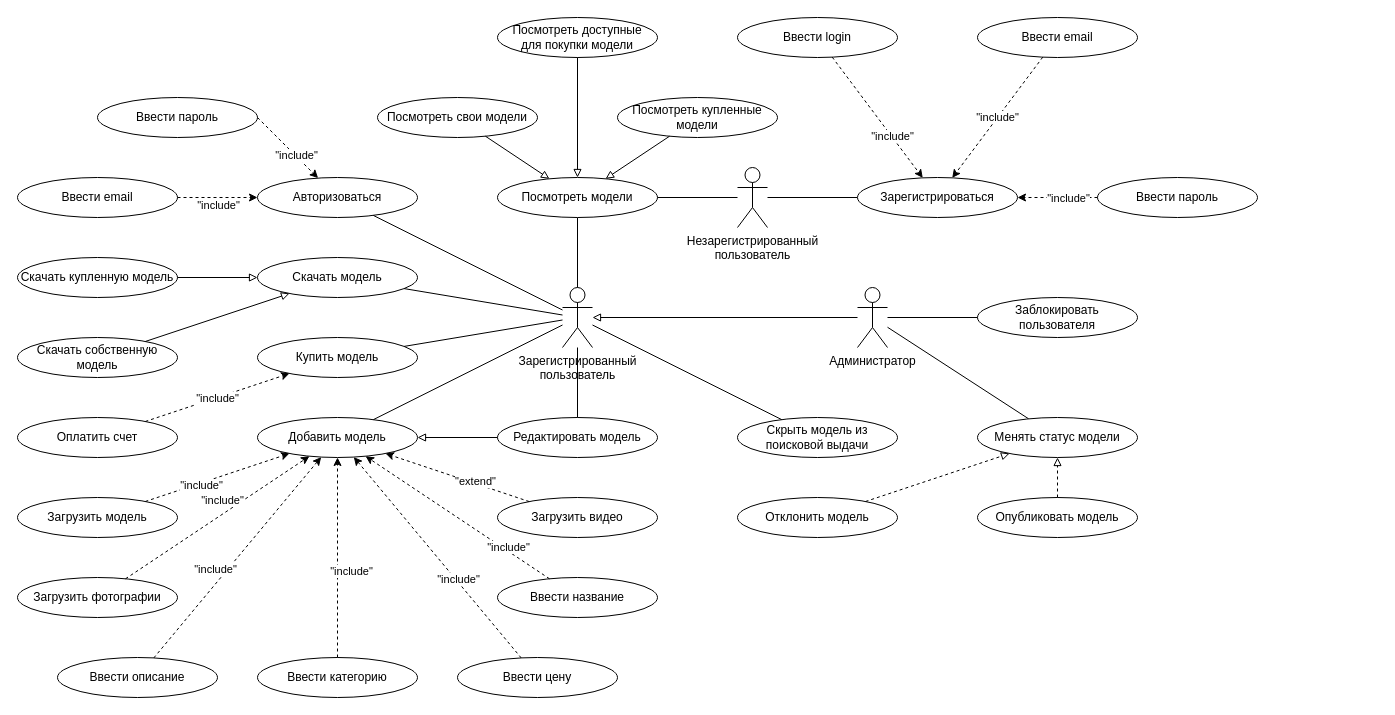
Before: Diagrams/Use Case.drawio in DogNellaf/c2c-market, a draw.io diagram. Source tidied: cells renumbered, new cells numbered last; positions are measured from the earlier drawing's top-left corner, leaving out a move shared by most shapes. Both pictures are drawn from the tidied source at 100%, with x=0, y=0 at pixel (17, 17).
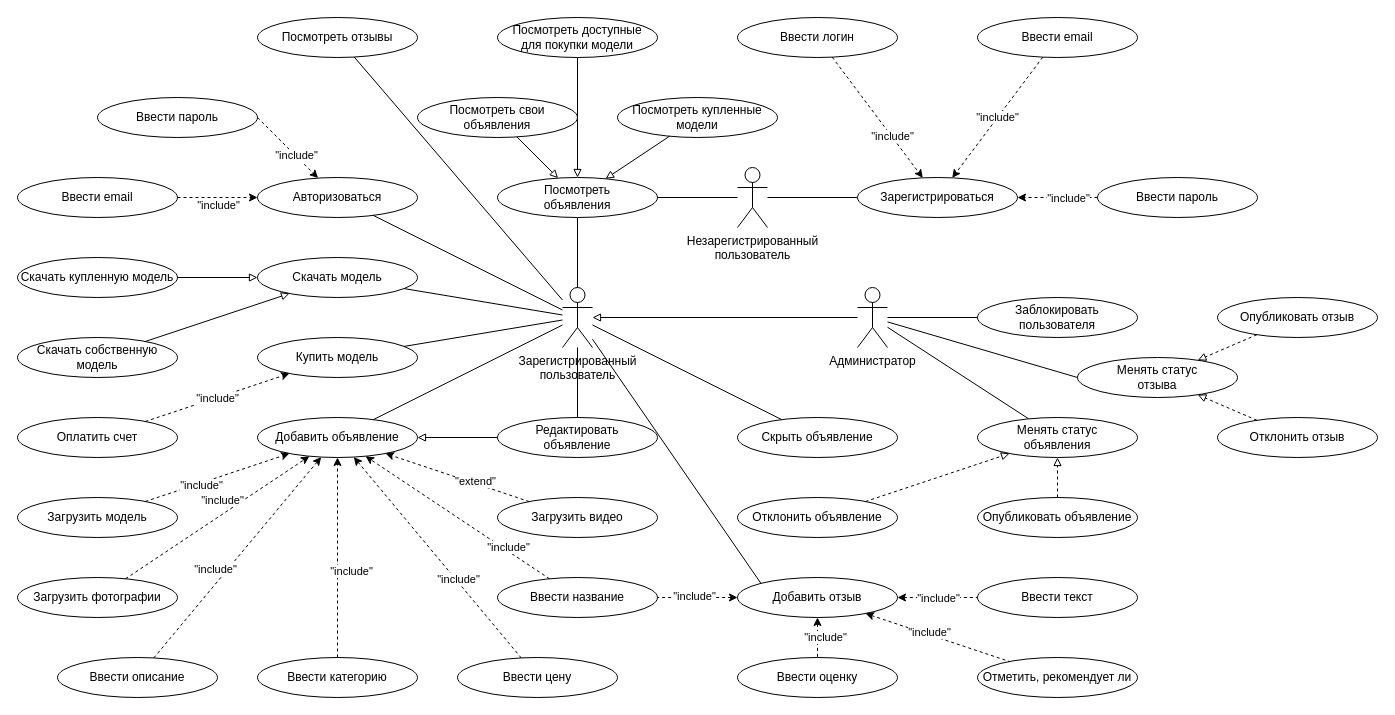
Above is the later version.

Commit message (it also covers changes not shown here):
Some fixes and add review to all diagrams

Unchanged cells that the change refers to:
```xml
<mxCell id="3" value="Зарегистрированный &lt;br&gt;пользователь" style="shape=umlActor;verticalLabelPosition=bottom;verticalAlign=top;html=1;outlineConnect=0;" parent="1" vertex="1">
  <mxGeometry x="545" y="270" width="30" height="60" as="geometry" />
</mxCell>
<mxCell id="12" value="Администратор" style="shape=umlActor;verticalLabelPosition=bottom;verticalAlign=top;html=1;outlineConnect=0;" parent="1" vertex="1">
  <mxGeometry x="840" y="270" width="30" height="60" as="geometry" />
</mxCell>
<mxCell id="42" value="Ввести название" style="ellipse;whiteSpace=wrap;html=1;" parent="1" vertex="1">
  <mxGeometry x="480" y="560" width="160" height="40" as="geometry" />
</mxCell>
```

What changed in the source:
```diff
@@
-    <mxCell id="6" value="Посмотреть свои модели" style="ellipse;whiteSpace=wrap;html=1;" parent="1" vertex="1">
-      <mxGeometry x="360" y="80" width="160" height="40" as="geometry" />
+    <mxCell id="6" value="Посмотреть свои&lt;br&gt;объявления" style="ellipse;whiteSpace=wrap;html=1;" parent="1" vertex="1">
+      <mxGeometry x="400" y="80" width="160" height="40" as="geometry" />
     </mxCell>
@@
-    <mxCell id="9" value="Посмотреть модели" style="ellipse;whiteSpace=wrap;html=1;" parent="1" vertex="1">
+    <mxCell id="9" value="Посмотреть&lt;br&gt;объявления" style="ellipse;whiteSpace=wrap;html=1;" parent="1" vertex="1">
       <mxGeometry x="480" y="160" width="160" height="40" as="geometry" />
     </mxCell>
@@
-    <mxCell id="13" value="Отклонить модель" style="ellipse;whiteSpace=wrap;html=1;" parent="1" vertex="1">
+    <mxCell id="13" value="Отклонить объявление" style="ellipse;whiteSpace=wrap;html=1;" parent="1" vertex="1">
       <mxGeometry x="720" y="480" width="160" height="40" as="geometry" />
     </mxCell>
@@
-    <mxCell id="15" value="Опубликовать модель" style="ellipse;whiteSpace=wrap;html=1;" parent="1" vertex="1">
+    <mxCell id="15" value="Опубликовать объявление" style="ellipse;whiteSpace=wrap;html=1;" parent="1" vertex="1">
       <mxGeometry x="960" y="480" width="160" height="40" as="geometry" />
     </mxCell>
-    <mxCell id="16" value="Скрыть модель из поисковой выдачи" style="ellipse;whiteSpace=wrap;html=1;" parent="1" vertex="1">
+    <mxCell id="16" value="Скрыть объявление" style="ellipse;whiteSpace=wrap;html=1;" parent="1" vertex="1">
       <mxGeometry x="720" y="400" width="160" height="40" as="geometry" />
     </mxCell>
@@
-    <mxCell id="19" value="Добавить модель" style="ellipse;whiteSpace=wrap;html=1;" parent="1" vertex="1">
+    <mxCell id="19" value="Добавить объявление" style="ellipse;whiteSpace=wrap;html=1;" parent="1" vertex="1">
       <mxGeometry x="240" y="400" width="160" height="40" as="geometry" />
     </mxCell>
@@
-    <mxCell id="39" value="Редактировать модель" style="ellipse;whiteSpace=wrap;html=1;" parent="1" vertex="1">
+    <mxCell id="39" value="Редактировать&lt;br&gt;объявление" style="ellipse;whiteSpace=wrap;html=1;" parent="1" vertex="1">
       <mxGeometry x="480" y="400" width="160" height="40" as="geometry" />
     </mxCell>
@@
-    <mxCell id="63" value="Менять статус модели" style="ellipse;whiteSpace=wrap;html=1;" parent="1" vertex="1">
+    <mxCell id="63" value="Менять статус &lt;br&gt;объявления" style="ellipse;whiteSpace=wrap;html=1;" parent="1" vertex="1">
       <mxGeometry x="960" y="400" width="160" height="40" as="geometry" />
     </mxCell>
@@
-    <mxCell id="67" value="Ввести login" style="ellipse;whiteSpace=wrap;html=1;" parent="1" vertex="1">
+    <mxCell id="67" value="Ввести логин" style="ellipse;whiteSpace=wrap;html=1;" parent="1" vertex="1">
       <mxGeometry x="720" width="160" height="40" as="geometry" />
     </mxCell>
@@
+    <mxCell id="80" value="Добавить отзыв" style="ellipse;whiteSpace=wrap;html=1;" parent="1" vertex="1">
+      <mxGeometry x="720" y="560" width="160" height="40" as="geometry" />
+    </mxCell>
+    <mxCell id="81" style="endArrow=none;startArrow=none;html=1;rounded=0;endFill=0;startFill=0;exitX=0;exitY=0;exitDx=0;exitDy=0;" parent="1" edge="1" source="80" target="3">
+      <mxGeometry relative="1" as="geometry" />
+    </mxCell>
+    <mxCell id="82" value="Менять статус &lt;br&gt;отзыва" style="ellipse;whiteSpace=wrap;html=1;" parent="1" vertex="1">
+      <mxGeometry x="1060" y="340" width="160" height="40" as="geometry" />
+    </mxCell>
+    <mxCell id="83" style="endArrow=none;html=1;rounded=0;exitX=0;exitY=0.5;exitDx=0;exitDy=0;" parent="1" edge="1" source="82" target="12">
+      <mxGeometry relative="1" as="geometry" />
+    </mxCell>
+    <mxCell id="84" value="Опубликовать отзыв" style="ellipse;whiteSpace=wrap;html=1;" parent="1" vertex="1">
+      <mxGeometry x="1200" y="280" width="160" height="40" as="geometry" />
+    </mxCell>
+    <mxCell id="85" value="Отклонить отзыв" style="ellipse;whiteSpace=wrap;html=1;" parent="1" vertex="1">
+      <mxGeometry x="1200" y="400" width="160" height="40" as="geometry" />
+    </mxCell>
+    <mxCell id="86" style="endArrow=block;html=1;rounded=0;dashed=1;endFill=0;" parent="1" edge="1" source="85" target="82">
+      <mxGeometry relative="1" as="geometry" />
+    </mxCell>
+    <mxCell id="87" style="endArrow=block;html=1;rounded=0;dashed=1;endFill=0;" parent="1" edge="1" source="84" target="82">
+      <mxGeometry relative="1" as="geometry" />
+    </mxCell>
+    <mxCell id="88" value="Посмотреть отзывы" style="ellipse;whiteSpace=wrap;html=1;" parent="1" vertex="1">
+      <mxGeometry x="240" width="160" height="40" as="geometry" />
+    </mxCell>
+    <mxCell id="89" style="endArrow=none;html=1;rounded=0;" parent="1" edge="1" source="3" target="88">
+      <mxGeometry relative="1" as="geometry" />
+    </mxCell>
+    <mxCell id="90" value="Ввести текст" style="ellipse;whiteSpace=wrap;html=1;" parent="1" vertex="1">
+      <mxGeometry x="960" y="560" width="160" height="40" as="geometry" />
+    </mxCell>
+    <mxCell id="91" style="endArrow=none;html=1;rounded=0;dashed=1;endFill=0;startArrow=classic;startFill=1;" parent="1" edge="1" source="80" target="42">
+      <mxGeometry relative="1" as="geometry" />
+    </mxCell>
+    <mxCell id="92" value="&quot;include&quot;" style="edgeLabel;html=1;align=center;verticalAlign=middle;" parent="91" vertex="1">
+      <mxGeometry x="-0.23" y="-2" relative="1" as="geometry">
+        <mxPoint x="-13" as="offset" />
+      </mxGeometry>
+    </mxCell>
+    <mxCell id="93" style="endArrow=none;html=1;rounded=0;dashed=1;endFill=0;startArrow=classic;startFill=1;" parent="1" edge="1" source="80" target="90">
+      <mxGeometry relative="1" as="geometry" />
+    </mxCell>
+    <mxCell id="94" value="&quot;include&quot;" style="edgeLabel;html=1;align=center;verticalAlign=middle;" parent="93" vertex="1">
+      <mxGeometry x="-0.23" y="-2" relative="1" as="geometry">
+        <mxPoint x="9" y="-2" as="offset" />
+      </mxGeometry>
+    </mxCell>
+    <mxCell id="95" value="Отметить, рекомендует ли" style="ellipse;whiteSpace=wrap;html=1;" parent="1" vertex="1">
+      <mxGeometry x="960" y="640" width="160" height="40" as="geometry" />
+    </mxCell>
+    <mxCell id="96" style="endArrow=none;html=1;rounded=0;dashed=1;endFill=0;startArrow=classic;startFill=1;" parent="1" edge="1" source="80" target="95">
+      <mxGeometry relative="1" as="geometry" />
+    </mxCell>
+    <mxCell id="97" value="&quot;include&quot;" style="edgeLabel;html=1;align=center;verticalAlign=middle;" parent="96" vertex="1">
+      <mxGeometry x="-0.23" y="-2" relative="1" as="geometry">
+        <mxPoint x="9" y="-2" as="offset" />
+      </mxGeometry>
+    </mxCell>
+    <mxCell id="98" value="Ввести оценку" style="ellipse;whiteSpace=wrap;html=1;" parent="1" vertex="1">
+      <mxGeometry x="720" y="640" width="160" height="40" as="geometry" />
+    </mxCell>
+    <mxCell id="99" style="endArrow=none;html=1;rounded=0;dashed=1;endFill=0;startArrow=classic;startFill=1;" parent="1" edge="1" source="80" target="98">
+      <mxGeometry relative="1" as="geometry" />
+    </mxCell>
+    <mxCell id="100" value="&quot;include&quot;" style="edgeLabel;html=1;align=center;verticalAlign=middle;" parent="99" vertex="1">
+      <mxGeometry x="-0.23" y="-2" relative="1" as="geometry">
+        <mxPoint x="9" y="4" as="offset" />
+      </mxGeometry>
+    </mxCell>
```
